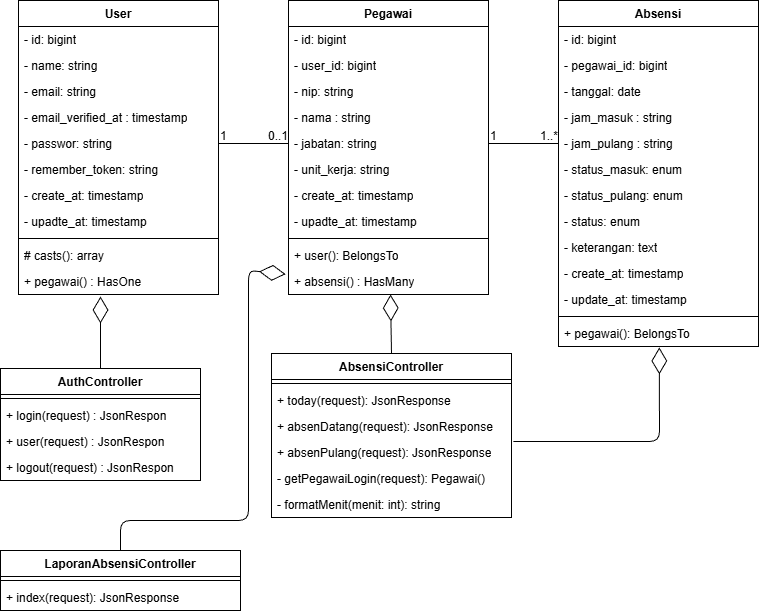
Above: Doc/ClassDiagram.drawio.png in julian34/Aplikasi-Absensi-Pegawai (draw.io), before the change. Source tidied: cells renumbered, new cells last; positions are measured from the earlier drawing's top-left corner, leaving out a move shared by most shapes.
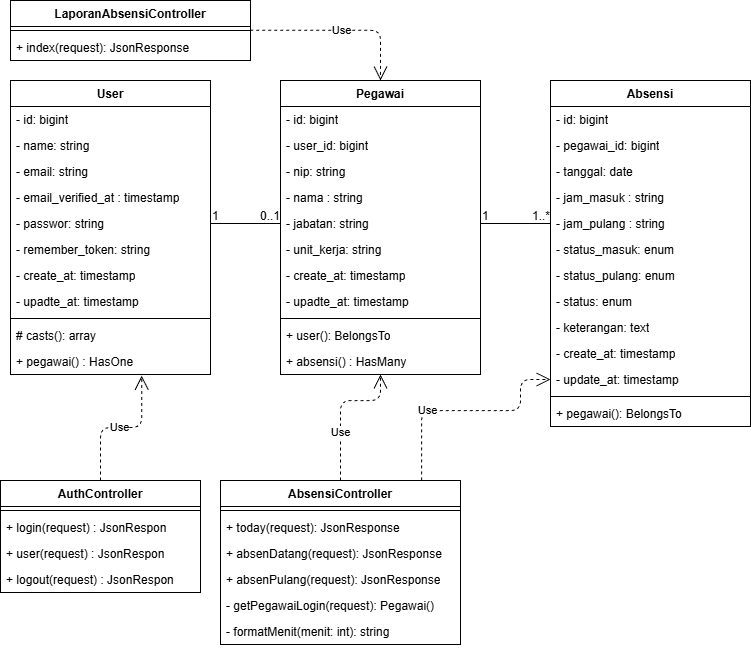
Later version of the same file.

Commit message:
doc: update Class diagram

Change to the diagram source:
```diff
@@ -117,7 +117,7 @@
       <mxGeometry y="320" width="200" height="26" as="geometry" />
     </mxCell>
     <mxCell id="40" value="AuthController" style="swimlane;fontStyle=1;align=center;verticalAlign=top;horizontal=1;startSize=26;whiteSpace=wrap;html=1;" parent="1" vertex="1">
-      <mxGeometry y="368" width="200" height="112" as="geometry" />
+      <mxGeometry x="8" y="400" width="200" height="112" as="geometry" />
     </mxCell>
     <mxCell id="41" style="line;strokeWidth=1;fillColor=none;align=left;verticalAlign=middle;spacingTop=-1;spacingLeft=3;spacingRight=3;labelPosition=right;strokeColor=inherit;" parent="40" vertex="1">
       <mxGeometry y="26" width="200" height="8" as="geometry" />
@@ -132,7 +132,7 @@
       <mxGeometry y="86" width="200" height="26" as="geometry" />
     </mxCell>
     <mxCell id="45" value="AbsensiController" style="swimlane;fontStyle=1;align=center;verticalAlign=top;horizontal=1;startSize=26;whiteSpace=wrap;html=1;" parent="1" vertex="1">
-      <mxGeometry x="271" y="353" width="240" height="164" as="geometry" />
+      <mxGeometry x="228" y="400" width="240" height="164" as="geometry" />
     </mxCell>
     <mxCell id="46" style="line;strokeWidth=1;fillColor=none;align=left;verticalAlign=middle;spacingTop=-1;spacingLeft=3;spacingRight=3;labelPosition=right;strokeColor=inherit;" parent="45" vertex="1">
       <mxGeometry y="26" width="240" height="8" as="geometry" />
@@ -153,7 +153,7 @@
       <mxGeometry y="138" width="240" height="26" as="geometry" />
     </mxCell>
     <mxCell id="52" value="LaporanAbsensiController" style="swimlane;fontStyle=1;align=center;verticalAlign=top;horizontal=1;startSize=26;whiteSpace=wrap;html=1;" parent="1" vertex="1">
-      <mxGeometry y="550" width="240" height="60" as="geometry" />
+      <mxGeometry x="18" y="-80" width="240" height="60" as="geometry" />
     </mxCell>
     <mxCell id="53" style="line;strokeWidth=1;fillColor=none;align=left;verticalAlign=middle;spacingTop=-1;spacingLeft=3;spacingRight=3;labelPosition=right;strokeColor=inherit;" parent="52" vertex="1">
       <mxGeometry y="26" width="240" height="8" as="geometry" />
@@ -179,27 +179,37 @@
     <mxCell id="60" value="1..*" style="html=1;whiteSpace=wrap;align=right;verticalAlign=bottom;" parent="58" vertex="1">
       <mxGeometry x="1" relative="1" as="geometry" />
     </mxCell>
+    <mxCell id="62" value="Use" style="endArrow=open;endSize=12;dashed=1;html=1;entryX=0.656;entryY=1.047;entryDx=0;entryDy=0;entryPerimeter=0;exitX=0.5;exitY=0;exitDx=0;exitDy=0;edgeStyle=orthogonalEdgeStyle;" parent="1" edge="1" source="40" target="13">
+      <mxGeometry relative="1" as="geometry">
+        <Array as="points">
+          <mxPoint x="108" y="347" />
+          <mxPoint x="149" y="347" />
+        </Array>
+      </mxGeometry>
+    </mxCell>
-    <mxCell id="61" style="endArrow=diamondThin;endFill=0;endSize=24;html=1;entryX=0.51;entryY=1;entryDx=0;entryDy=0;entryPerimeter=0;exitX=0.5;exitY=0;exitDx=0;exitDy=0;" parent="1" edge="1" source="45" target="25">
-      <mxGeometry relative="1" as="geometry" />
+    <mxCell id="61" value="Use" style="endArrow=open;endSize=12;dashed=1;html=1;exitX=0.5;exitY=0;exitDx=0;exitDy=0;edgeStyle=orthogonalEdgeStyle;" parent="1" edge="1" source="45" target="25">
+      <mxGeometry x="-0.34" relative="1" as="geometry">
+        <Array as="points">
+          <mxPoint x="348" y="320" />
+          <mxPoint x="388" y="320" />
+        </Array>
+      </mxGeometry>
     </mxCell>
-    <mxCell id="62" style="endArrow=diamondThin;endFill=0;endSize=24;html=1;entryX=0.41;entryY=1.077;entryDx=0;entryDy=0;entryPerimeter=0;exitX=0.5;exitY=0;exitDx=0;exitDy=0;" parent="1" edge="1" source="40" target="13">
-      <mxGeometry relative="1" as="geometry" />
-    </mxCell>
-    <mxCell id="63" style="endArrow=diamondThin;endFill=0;endSize=24;html=1;entryX=0.504;entryY=1.036;entryDx=0;entryDy=0;entryPerimeter=0;exitX=1.008;exitY=0.079;exitDx=0;exitDy=0;exitPerimeter=0;" parent="1" edge="1" source="49" target="39">
-      <mxGeometry relative="1" as="geometry">
-        <Array as="points">
-          <mxPoint x="659" y="441" />
-        </Array>
-      </mxGeometry>
-    </mxCell>
-    <mxCell id="64" style="endArrow=diamondThin;endFill=0;endSize=24;html=1;entryX=-0.014;entryY=0.219;entryDx=0;entryDy=0;entryPerimeter=0;exitX=0.5;exitY=0;exitDx=0;exitDy=0;" parent="1" edge="1" source="52" target="25">
-      <mxGeometry relative="1" as="geometry">
-        <Array as="points">
-          <mxPoint x="120" y="520" />
-          <mxPoint x="248" y="520" />
-          <mxPoint x="248" y="270" />
-        </Array>
-      </mxGeometry>
-    </mxCell>
+    <mxCell id="65" value="Use" style="endArrow=open;endSize=12;dashed=1;html=1;exitX=0.838;exitY=-0.001;exitDx=0;exitDy=0;edgeStyle=orthogonalEdgeStyle;exitPerimeter=0;entryX=0;entryY=0.5;entryDx=0;entryDy=0;" parent="1" edge="1" source="45" target="37">
+      <mxGeometry x="-0.34" relative="1" as="geometry">
+        <Array as="points">
+          <mxPoint x="429" y="330" />
+          <mxPoint x="528" y="330" />
+          <mxPoint x="528" y="299" />
+        </Array>
+      </mxGeometry>
+    </mxCell>
+    <mxCell id="66" value="Use" style="endArrow=open;endSize=12;dashed=1;html=1;edgeStyle=orthogonalEdgeStyle;exitX=0.999;exitY=-0.163;exitDx=0;exitDy=0;exitPerimeter=0;entryX=0.5;entryY=0;entryDx=0;entryDy=0;" parent="1" edge="1" source="54" target="14">
+      <mxGeometry relative="1" as="geometry">
+        <Array as="points">
+          <mxPoint x="388" y="-50" />
+        </Array>
+      </mxGeometry>
+    </mxCell>
   </root>
 </mxGraphModel>
```
